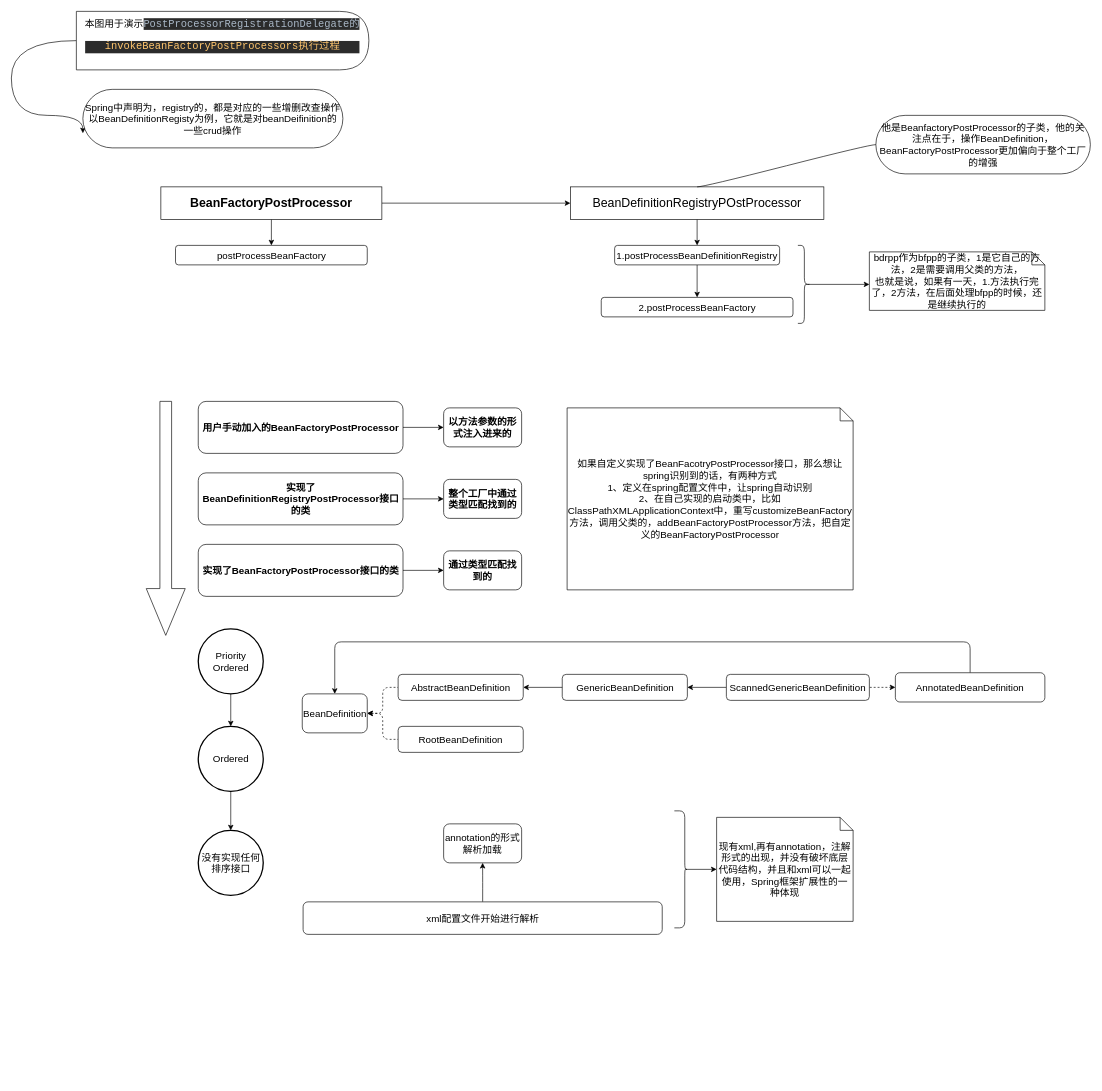
The draw.io diagram spring/beanFactoryPostProcessor.drawio in ZWYXY/all_images, before the edit. Source tidied: cells renumbered, new cells numbered last; positions are measured from the earlier drawing's top-left corner, leaving out a move shared by most shapes. Both pictures are drawn from the tidied source at 65%, with x=0, y=0 at pixel (11, 11).
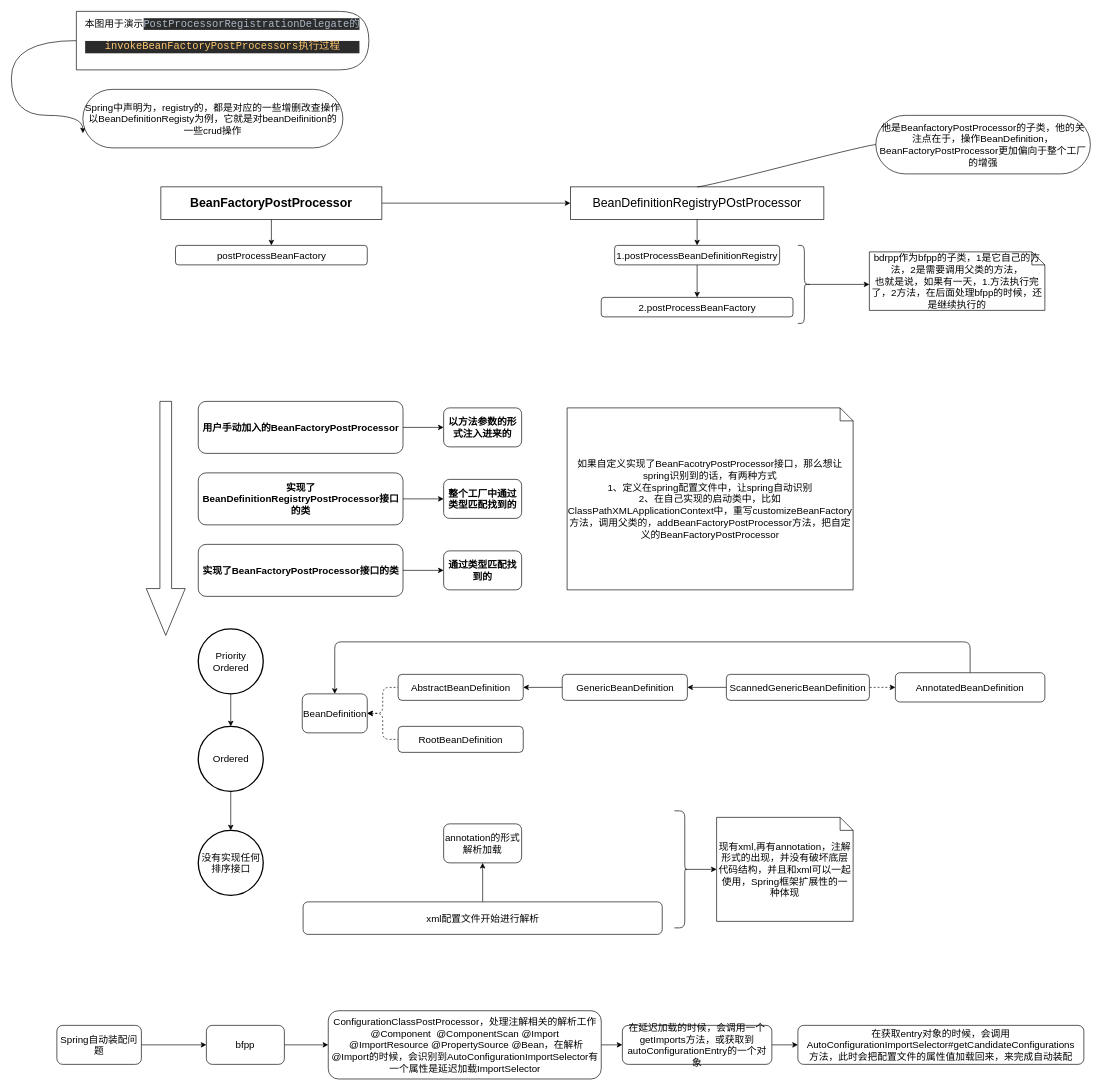
The same page after the edit.

Change to the diagram source:
```diff
@@
+    <mxCell id="53" style="edgeStyle=orthogonalEdgeStyle;html=1;fontSize=15;startArrow=none;startFill=0;endArrow=classic;endFill=1;" parent="1" edge="1" source="54" target="56">
+      <mxGeometry relative="1" as="geometry" />
+    </mxCell>
+    <mxCell id="54" value="bfpp" style="rounded=1;whiteSpace=wrap;html=1;fontSize=15;" parent="1" vertex="1">
+      <mxGeometry x="300" y="1560" width="120" height="60" as="geometry" />
+    </mxCell>
+    <mxCell id="55" style="edgeStyle=orthogonalEdgeStyle;html=1;fontSize=15;startArrow=none;startFill=0;endArrow=classic;endFill=1;" parent="1" edge="1" source="56" target="58">
+      <mxGeometry relative="1" as="geometry" />
+    </mxCell>
+    <mxCell id="56" value="ConfigurationClassPostProcessor，处理注解相关的解析工作&lt;br&gt;@Component&amp;nbsp; @ComponentScan @Import&lt;br&gt;&amp;nbsp;@ImportResource @PropertySource @Bean，在解析@Import的时候，会识别到AutoConfigurationImportSelector有一个属性是延迟加载ImportSelector" style="rounded=1;whiteSpace=wrap;html=1;fontSize=15;" parent="1" vertex="1">
+      <mxGeometry x="487.5" y="1537.5" width="420" height="105" as="geometry" />
+    </mxCell>
+    <mxCell id="57" style="edgeStyle=orthogonalEdgeStyle;html=1;fontSize=15;startArrow=none;startFill=0;endArrow=classic;endFill=1;" parent="1" edge="1" source="58" target="59">
+      <mxGeometry relative="1" as="geometry" />
+    </mxCell>
+    <mxCell id="58" value="在延迟加载的时候，会调用一个getImports方法，或获取到autoConfigurationEntry的一个对象" style="rounded=1;whiteSpace=wrap;html=1;fontSize=15;" parent="1" vertex="1">
+      <mxGeometry x="940" y="1560" width="230" height="60" as="geometry" />
+    </mxCell>
+    <mxCell id="59" value="在获取entry对象的时候，会调用AutoConfigurationImportSelector#getCandidateConfigurations&lt;br&gt;方法，此时会把配置文件的属性值加载回来，来完成自动装配" style="rounded=1;whiteSpace=wrap;html=1;fontSize=15;" parent="1" vertex="1">
+      <mxGeometry x="1210" y="1560" width="440" height="60" as="geometry" />
+    </mxCell>
+    <mxCell id="60" style="edgeStyle=orthogonalEdgeStyle;html=1;fontSize=15;startArrow=none;startFill=0;endArrow=classic;endFill=1;" parent="1" edge="1" source="61" target="54">
+      <mxGeometry relative="1" as="geometry" />
+    </mxCell>
+    <mxCell id="61" value="Spring自动装配问题" style="rounded=1;whiteSpace=wrap;html=1;fontSize=15;" parent="1" vertex="1">
+      <mxGeometry x="70" y="1560" width="130" height="60" as="geometry" />
+    </mxCell>
```
